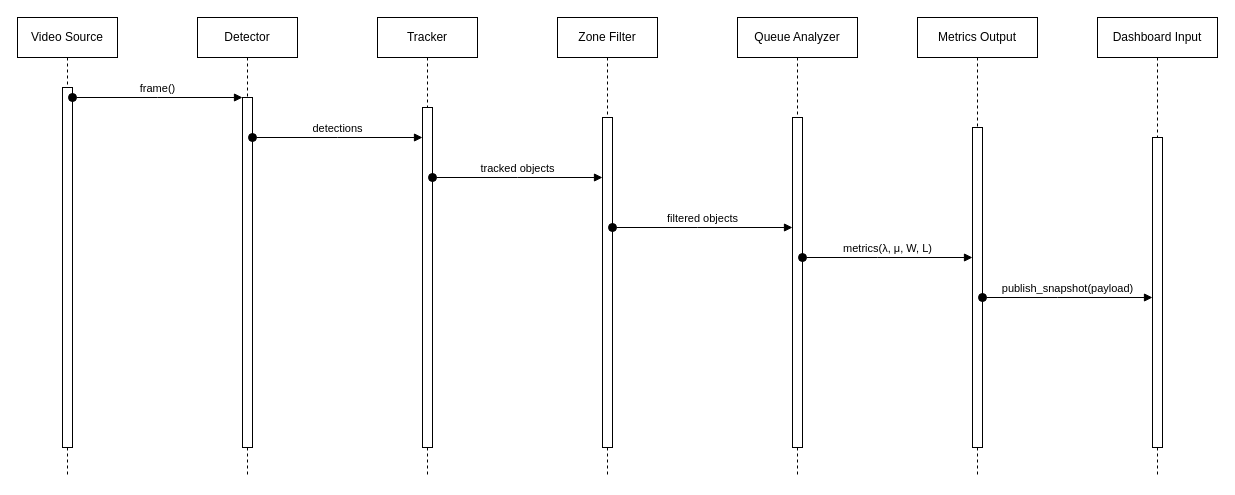
The draw.io diagram report-latex/figures/drawio/chapter3_sequence.drawio in Salmen-BA21/Queue-Wait-Time-Estimation, before the edit. Source tidied: cells renumbered, new cells numbered last; positions are measured from the earlier drawing's top-left corner, leaving out a move shared by most shapes. Both pictures are drawn from the tidied source at 100%, with x=0, y=0 at pixel (17, 17).
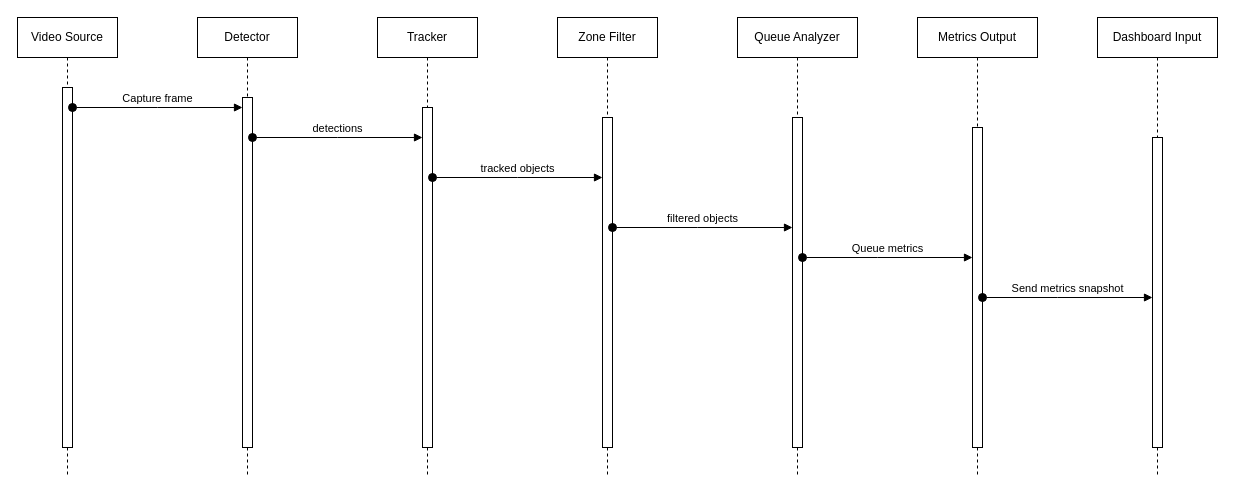
Above is the later version.

Unchanged cells that the change refers to:
```xml
<mxCell id="3" style="html=1;points=[];perimeter=orthogonalPerimeter;outlineConnect=0;targetShapes=umlLifeline;portConstraint=eastwest;newEdgeStyle={&quot;edgeStyle&quot;:&quot;elbowEdgeStyle&quot;,&quot;elbow&quot;:&quot;vertical&quot;,&quot;curved&quot;:0,&quot;rounded&quot;:0};" parent="2" vertex="1">
  <mxGeometry x="45" y="70" width="10" height="360" as="geometry" />
</mxCell>
<mxCell id="5" style="html=1;points=[];perimeter=orthogonalPerimeter;outlineConnect=0;targetShapes=umlLifeline;portConstraint=eastwest;newEdgeStyle={&quot;edgeStyle&quot;:&quot;elbowEdgeStyle&quot;,&quot;elbow&quot;:&quot;vertical&quot;,&quot;curved&quot;:0,&quot;rounded&quot;:0};" parent="4" vertex="1">
  <mxGeometry x="45" y="80" width="10" height="350" as="geometry" />
</mxCell>
<mxCell id="11" style="html=1;points=[];perimeter=orthogonalPerimeter;outlineConnect=0;targetShapes=umlLifeline;portConstraint=eastwest;newEdgeStyle={&quot;edgeStyle&quot;:&quot;elbowEdgeStyle&quot;,&quot;elbow&quot;:&quot;vertical&quot;,&quot;curved&quot;:0,&quot;rounded&quot;:0};" parent="10" vertex="1">
  <mxGeometry x="55" y="100" width="10" height="330" as="geometry" />
</mxCell>
<mxCell id="13" style="html=1;points=[];perimeter=orthogonalPerimeter;outlineConnect=0;targetShapes=umlLifeline;portConstraint=eastwest;newEdgeStyle={&quot;edgeStyle&quot;:&quot;elbowEdgeStyle&quot;,&quot;elbow&quot;:&quot;vertical&quot;,&quot;curved&quot;:0,&quot;rounded&quot;:0};" parent="12" vertex="1">
  <mxGeometry x="55" y="110" width="10" height="320" as="geometry" />
</mxCell>
<mxCell id="15" style="html=1;points=[];perimeter=orthogonalPerimeter;outlineConnect=0;targetShapes=umlLifeline;portConstraint=eastwest;newEdgeStyle={&quot;edgeStyle&quot;:&quot;elbowEdgeStyle&quot;,&quot;elbow&quot;:&quot;vertical&quot;,&quot;curved&quot;:0,&quot;rounded&quot;:0};" parent="14" vertex="1">
  <mxGeometry x="55" y="120" width="10" height="310" as="geometry" />
</mxCell>
```

The edit, as a diff of the source:
```diff
@@
-    <mxCell id="16" value="frame()" style="html=1;verticalAlign=bottom;startArrow=oval;endArrow=block;startSize=8;edgeStyle=elbowEdgeStyle;elbow=vertical;curved=0;rounded=0;" parent="1" edge="1" source="3" target="5">
+    <mxCell id="16" value="Capture frame" style="html=1;verticalAlign=bottom;startArrow=oval;endArrow=block;startSize=8;edgeStyle=elbowEdgeStyle;elbow=vertical;curved=0;rounded=0;" parent="1" edge="1" source="3" target="5">
       <mxGeometry relative="1" as="geometry">
         <Array as="points">
-          <mxPoint x="140" y="80" />
+          <mxPoint x="140" y="90" />
         </Array>
       </mxGeometry>
     </mxCell>
@@
-    <mxCell id="20" value="metrics(λ, μ, W, L)" style="html=1;verticalAlign=bottom;startArrow=oval;endArrow=block;startSize=8;edgeStyle=elbowEdgeStyle;elbow=vertical;curved=0;rounded=0;" parent="1" edge="1" source="11" target="13">
+    <mxCell id="20" value="Queue metrics" style="html=1;verticalAlign=bottom;startArrow=oval;endArrow=block;startSize=8;edgeStyle=elbowEdgeStyle;elbow=vertical;curved=0;rounded=0;" parent="1" edge="1" source="11" target="13">
       <mxGeometry relative="1" as="geometry">
         <Array as="points">
           <mxPoint x="860" y="240" />
         </Array>
       </mxGeometry>
     </mxCell>
-    <mxCell id="21" value="publish_snapshot(payload)" style="html=1;verticalAlign=bottom;startArrow=oval;endArrow=block;startSize=8;edgeStyle=elbowEdgeStyle;elbow=vertical;curved=0;rounded=0;" parent="1" edge="1" source="13" target="15">
+    <mxCell id="21" value="Send metrics snapshot" style="html=1;verticalAlign=bottom;startArrow=oval;endArrow=block;startSize=8;edgeStyle=elbowEdgeStyle;elbow=vertical;curved=0;rounded=0;" parent="1" edge="1" source="13" target="15">
       <mxGeometry relative="1" as="geometry">
         <Array as="points">
           <mxPoint x="1040" y="280" />
         </Array>
       </mxGeometry>
     </mxCell>
```
